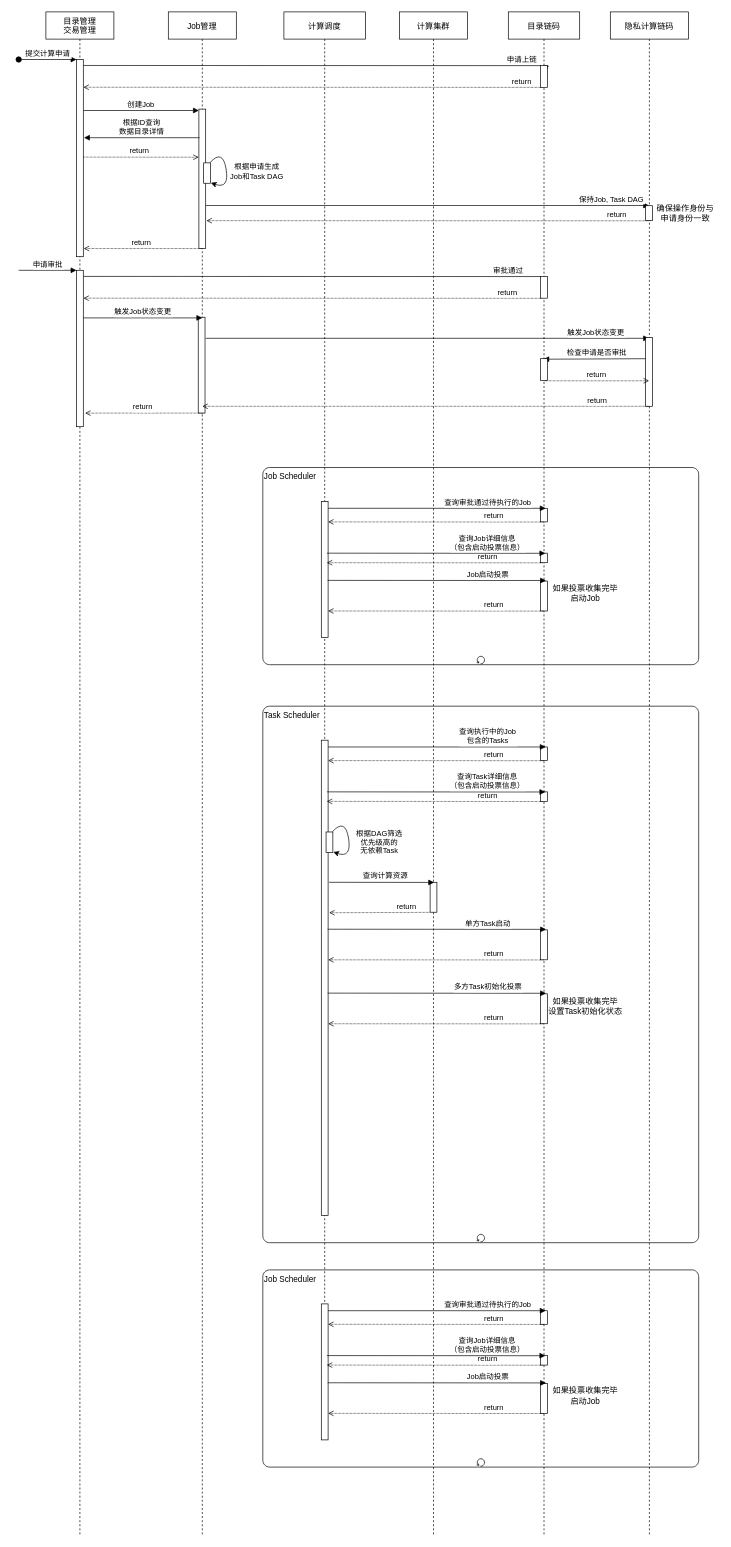
Earlier version of the draw.io diagram mpc/sequence.drawio (zmmwl/drawio). Source tidied: cells renumbered, new cells numbered last; positions are measured from the earlier drawing's top-left corner, leaving out a move shared by most shapes. Both pictures are drawn from the tidied source at 68%, with x=0, y=0 at pixel (18, 12).
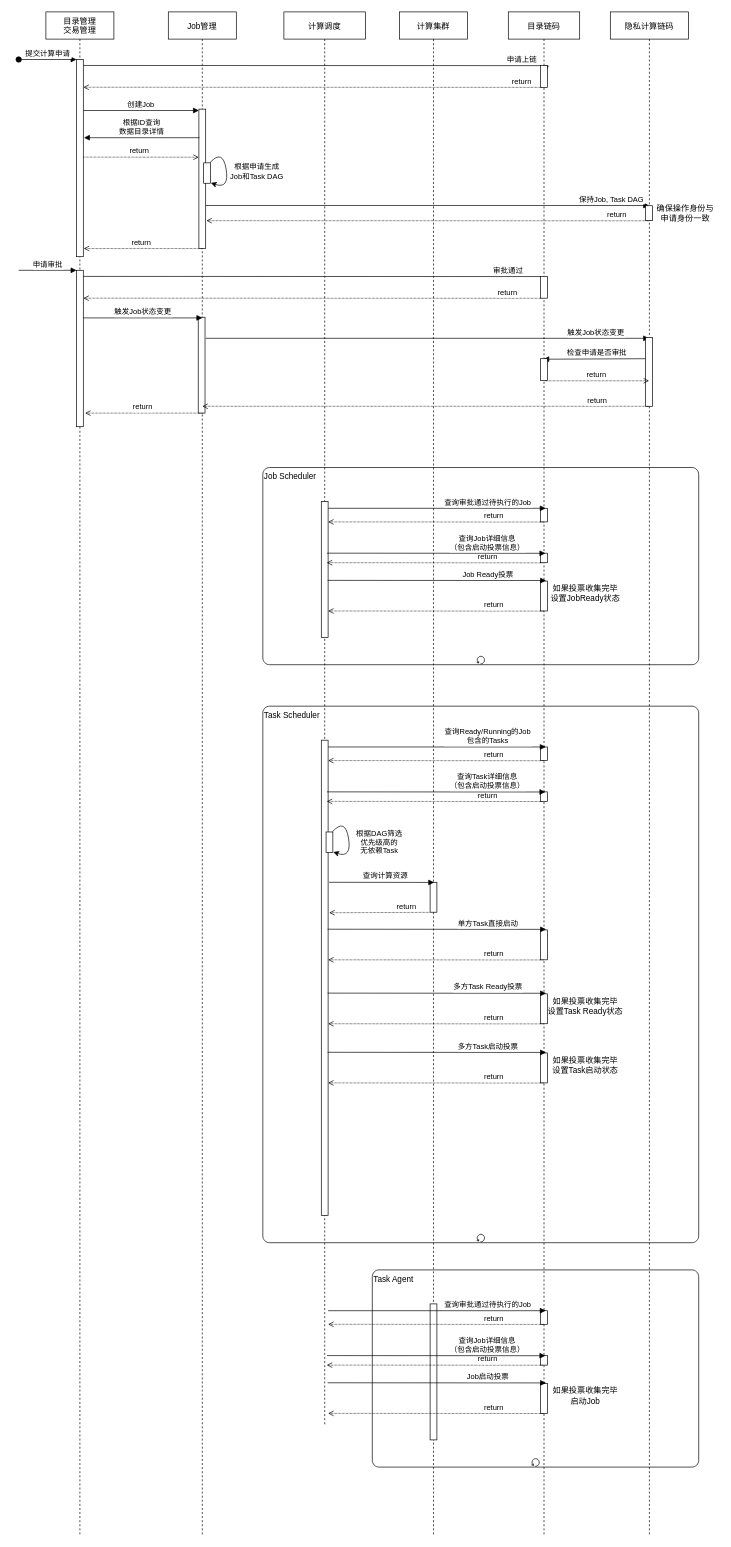
The same diagram, later.

Change to the diagram source:
```diff
@@
-    <mxCell id="2" value="Job Scheduler" style="shape=mxgraph.bpmn.task;whiteSpace=wrap;rectStyle=rounded;size=10;taskMarker=abstract;isLoopStandard=1;align=left;verticalAlign=top;" parent="1" vertex="1">
-      <mxGeometry x="359" y="1850" width="641" height="290" as="geometry" />
+    <mxCell id="2" value="Task Agent" style="shape=mxgraph.bpmn.task;whiteSpace=wrap;rectStyle=rounded;size=10;taskMarker=abstract;isLoopStandard=1;align=left;verticalAlign=top;" parent="1" vertex="1">
+      <mxGeometry x="520" y="1850" width="480" height="290" as="geometry" />
     </mxCell>
@@
-    <mxCell id="53" value="Job启动投票" style="verticalAlign=bottom;endArrow=block;shadow=0;strokeWidth=1;entryX=0.488;entryY=0.71;entryDx=0;entryDy=0;entryPerimeter=0;" parent="1" edge="1">
+    <mxCell id="53" value="Job Ready投票" style="verticalAlign=bottom;endArrow=block;shadow=0;strokeWidth=1;entryX=0.488;entryY=0.71;entryDx=0;entryDy=0;entryPerimeter=0;" parent="1" edge="1">
       <mxGeometry x="0.47" relative="1" as="geometry">
         <mxPoint x="454.3" y="836" as="sourcePoint" />
         <mxPoint x="775.5" y="836.2" as="targetPoint" />
       </mxGeometry>
     </mxCell>
-    <mxCell id="54" value="如果投票收集完毕&lt;br style=&quot;padding: 0px ; margin: 0px&quot;&gt;启动Job" style="text;html=1;align=center;verticalAlign=middle;fillColor=none;strokeColor=none;rounded=0;" parent="1" vertex="1">
-      <mxGeometry x="777.5" y="840" width="110" height="30" as="geometry" />
+    <mxCell id="54" value="如果投票收集完毕&lt;br style=&quot;padding: 0px ; margin: 0px&quot;&gt;设置JobReady状态" style="text;html=1;align=center;verticalAlign=middle;fillColor=none;strokeColor=none;rounded=0;" parent="1" vertex="1">
+      <mxGeometry x="772.5" y="840" width="120" height="30" as="geometry" />
     </mxCell>
@@
-    <mxCell id="61" value="查询执行中的Job&#10;包含的Tasks" style="verticalAlign=bottom;endArrow=block;shadow=0;strokeWidth=1;" parent="1" edge="1">
+    <mxCell id="61" value="查询Ready/Running的Job&#10;包含的Tasks" style="verticalAlign=bottom;endArrow=block;shadow=0;strokeWidth=1;" parent="1" edge="1">
       <mxGeometry x="0.47" relative="1" as="geometry">
         <mxPoint x="455" y="1081" as="sourcePoint" />
         <mxPoint x="775" y="1081" as="targetPoint" />
       </mxGeometry>
     </mxCell>
@@
-    <mxCell id="64" value="多方Task初始化投票" style="verticalAlign=bottom;endArrow=block;shadow=0;strokeWidth=1;entryX=0.488;entryY=0.71;entryDx=0;entryDy=0;entryPerimeter=0;" parent="1" edge="1">
+    <mxCell id="64" value="多方Task Ready投票" style="verticalAlign=bottom;endArrow=block;shadow=0;strokeWidth=1;entryX=0.488;entryY=0.71;entryDx=0;entryDy=0;entryPerimeter=0;" parent="1" edge="1">
       <mxGeometry x="0.47" relative="1" as="geometry">
         <mxPoint x="454.3" y="1443" as="sourcePoint" />
         <mxPoint x="775.5" y="1443.2" as="targetPoint" />
       </mxGeometry>
     </mxCell>
-    <mxCell id="65" value="如果投票收集完毕&lt;br style=&quot;padding: 0px ; margin: 0px&quot;&gt;设置Task初始化状态" style="text;html=1;align=center;verticalAlign=middle;fillColor=none;strokeColor=none;rounded=0;" parent="1" vertex="1">
-      <mxGeometry x="772.5" y="1447" width="120" height="30" as="geometry" />
+    <mxCell id="65" value="如果投票收集完毕&lt;br style=&quot;padding: 0px ; margin: 0px&quot;&gt;设置Task Ready状态" style="text;html=1;align=center;verticalAlign=middle;fillColor=none;strokeColor=none;rounded=0;" parent="1" vertex="1">
+      <mxGeometry x="767.5" y="1447" width="130" height="30" as="geometry" />
     </mxCell>
@@
-    <mxCell id="73" value="单方Task启动" style="verticalAlign=bottom;endArrow=block;shadow=0;strokeWidth=1;entryX=0.488;entryY=0.71;entryDx=0;entryDy=0;entryPerimeter=0;" parent="1" edge="1">
+    <mxCell id="73" value="单方Task直接启动" style="verticalAlign=bottom;endArrow=block;shadow=0;strokeWidth=1;entryX=0.488;entryY=0.71;entryDx=0;entryDy=0;entryPerimeter=0;" parent="1" edge="1">
       <mxGeometry x="0.47" relative="1" as="geometry">
         <mxPoint x="454.3" y="1349" as="sourcePoint" />
         <mxPoint x="775.5" y="1349.2" as="targetPoint" />
       </mxGeometry>
     </mxCell>
     <mxCell id="74" style="perimeter=orthogonalPerimeter;rounded=0;shadow=0;strokeWidth=1;" parent="1" vertex="1">
-      <mxGeometry x="445" y="1900" width="10" height="200" as="geometry" />
+      <mxGeometry x="605" y="1900" width="10" height="200" as="geometry" />
     </mxCell>
@@
+    <mxCell id="85" style="perimeter=orthogonalPerimeter;rounded=0;shadow=0;strokeWidth=1;" parent="1" vertex="1">
+      <mxGeometry x="767.5" y="1531" width="10" height="44" as="geometry" />
+    </mxCell>
+    <mxCell id="86" value="return" style="verticalAlign=bottom;endArrow=none;shadow=0;strokeWidth=1;endFill=0;startArrow=open;startFill=0;dashed=1;dashPattern=1 1;" parent="1" edge="1">
+      <mxGeometry x="0.54" relative="1" as="geometry">
+        <mxPoint x="455" y="1575" as="sourcePoint" />
+        <mxPoint x="772.5" y="1575.2" as="targetPoint" />
+      </mxGeometry>
+    </mxCell>
+    <mxCell id="87" value="多方Task启动投票" style="verticalAlign=bottom;endArrow=block;shadow=0;strokeWidth=1;entryX=0.488;entryY=0.71;entryDx=0;entryDy=0;entryPerimeter=0;" parent="1" edge="1">
+      <mxGeometry x="0.47" relative="1" as="geometry">
+        <mxPoint x="454.3" y="1530" as="sourcePoint" />
+        <mxPoint x="775.5" y="1530.2" as="targetPoint" />
+      </mxGeometry>
+    </mxCell>
+    <mxCell id="88" value="如果投票收集完毕&lt;br style=&quot;padding: 0px ; margin: 0px&quot;&gt;设置Task启动状态" style="text;html=1;align=center;verticalAlign=middle;fillColor=none;strokeColor=none;rounded=0;" parent="1" vertex="1">
+      <mxGeometry x="777.5" y="1534" width="110" height="30" as="geometry" />
+    </mxCell>
```
